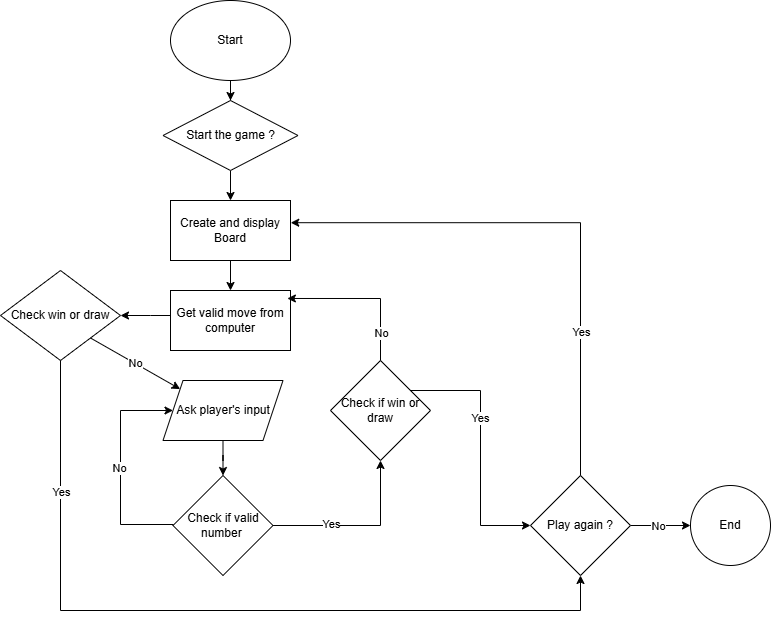
Before: assets/images/Flowchart.png, a diagram exported from draw.io (saraelizalde/tic-tac-toe). Source tidied: cells renumbered, new cells last; positions are measured from the earlier drawing's top-left corner, leaving out a move shared by most shapes.
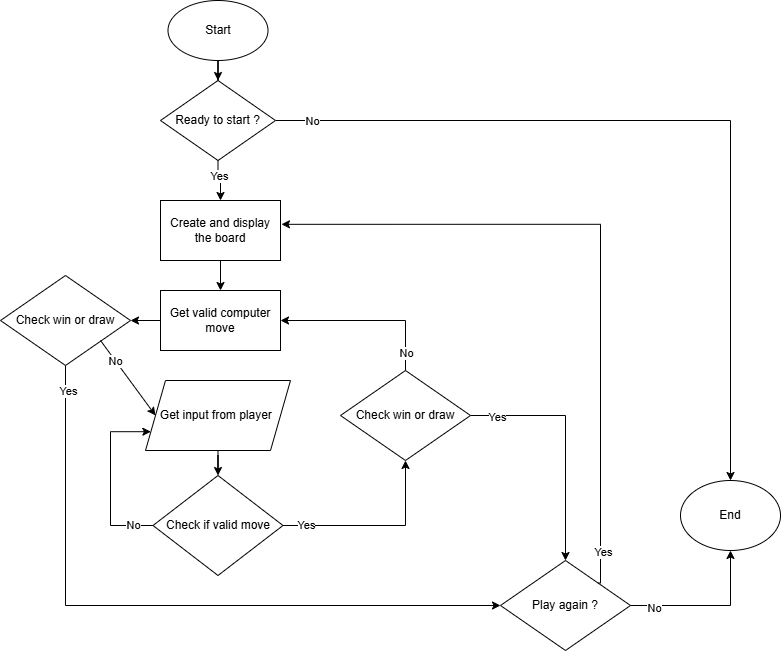
Above is the later version.

Commit message:
Fix minor grammar issues in README and run.py and replace flowchart image with updated version

Diff of the diagram source:
```diff
@@ -2,125 +2,132 @@
   <root>
     <mxCell id="0" />
     <mxCell id="1" parent="0" />
-    <mxCell id="2" style="edgeStyle=orthogonalEdgeStyle;rounded=0;jettySize=auto;html=1;" parent="1" edge="1" source="3" target="5">
-      <mxGeometry relative="1" as="geometry" />
-    </mxCell>
+    <mxCell id="33" style="edgeStyle=orthogonalEdgeStyle;rounded=0;jettySize=auto;html=1;" parent="1" edge="1" source="34" target="44">
+      <mxGeometry relative="1" as="geometry" />
+    </mxCell>
+    <mxCell id="34" value="Get valid computer move" style="rounded=0;whiteSpace=wrap;html=1;" parent="1" vertex="1">
+      <mxGeometry x="160" y="290" width="120" height="60" as="geometry" />
+    </mxCell>
+    <mxCell id="35" style="edgeStyle=orthogonalEdgeStyle;rounded=0;jettySize=auto;html=1;entryX=1;entryY=0.5;entryDx=0;entryDy=0;" parent="1" edge="1" source="39" target="34">
+      <mxGeometry relative="1" as="geometry">
+        <Array as="points">
+          <mxPoint x="405" y="320" />
+        </Array>
+      </mxGeometry>
+    </mxCell>
+    <mxCell id="36" value="No" style="edgeLabel;html=1;align=center;verticalAlign=middle;" parent="35" vertex="1">
+      <mxGeometry x="-0.79" relative="1" as="geometry" />
+    </mxCell>
+    <mxCell id="37" style="edgeStyle=orthogonalEdgeStyle;rounded=0;jettySize=auto;html=1;" parent="1" edge="1" source="39" target="22">
+      <mxGeometry relative="1" as="geometry" />
+    </mxCell>
+    <mxCell id="38" value="Yes" style="edgeLabel;html=1;align=center;verticalAlign=middle;" parent="37" vertex="1">
+      <mxGeometry x="-0.79" y="-1" relative="1" as="geometry" />
+    </mxCell>
+    <mxCell id="39" value="Check win or draw" style="rhombus;whiteSpace=wrap;html=1;" parent="1" vertex="1">
+      <mxGeometry x="340" y="370" width="130" height="90" as="geometry" />
+    </mxCell>
+    <mxCell id="40" style="edgeStyle=orthogonalEdgeStyle;rounded=0;jettySize=auto;html=1;" parent="1" edge="1" source="41" target="50">
+      <mxGeometry relative="1" as="geometry" />
+    </mxCell>
+    <mxCell id="41" value="Get input from player&amp;nbsp;" style="shape=parallelogram;perimeter=parallelogramPerimeter;whiteSpace=wrap;html=1;fixedSize=1;" parent="1" vertex="1">
+      <mxGeometry x="145" y="380" width="145" height="70" as="geometry" />
+    </mxCell>
+    <mxCell id="42" style="edgeStyle=orthogonalEdgeStyle;rounded=0;jettySize=auto;html=1;" parent="1" edge="1" source="44" target="22">
+      <mxGeometry relative="1" as="geometry">
+        <Array as="points">
+          <mxPoint x="65" y="605" />
+        </Array>
+      </mxGeometry>
+    </mxCell>
+    <mxCell id="43" value="Yes" style="edgeLabel;html=1;align=center;verticalAlign=middle;" parent="42" vertex="1">
+      <mxGeometry x="-0.93" y="2" relative="1" as="geometry" />
+    </mxCell>
+    <mxCell id="44" value="Check win or draw" style="rhombus;whiteSpace=wrap;html=1;" parent="1" vertex="1">
+      <mxGeometry y="275" width="130" height="90" as="geometry" />
+    </mxCell>
+    <mxCell id="45" style="edgeStyle=orthogonalEdgeStyle;rounded=0;orthogonalLoop=1;jettySize=auto;html=1;exitX=0.5;exitY=1;exitDx=0;exitDy=0;" parent="1" edge="1" source="44" target="44">
+      <mxGeometry relative="1" as="geometry" />
+    </mxCell>
+    <mxCell id="46" style="edgeStyle=orthogonalEdgeStyle;rounded=0;jettySize=auto;html=1;entryX=0;entryY=0.75;entryDx=0;entryDy=0;" parent="1" edge="1" source="50" target="41">
+      <mxGeometry relative="1" as="geometry">
+        <Array as="points">
+          <mxPoint x="110" y="525" />
+          <mxPoint x="110" y="431" />
+        </Array>
+      </mxGeometry>
+    </mxCell>
+    <mxCell id="47" value="No" style="edgeLabel;html=1;align=center;verticalAlign=middle;" parent="46" vertex="1">
+      <mxGeometry x="-0.77" y="-1" relative="1" as="geometry" />
+    </mxCell>
+    <mxCell id="48" style="edgeStyle=orthogonalEdgeStyle;rounded=0;jettySize=auto;html=1;" parent="1" edge="1" source="50" target="39">
+      <mxGeometry relative="1" as="geometry" />
+    </mxCell>
+    <mxCell id="49" value="Yes" style="edgeLabel;html=1;align=center;verticalAlign=middle;" parent="48" vertex="1">
+      <mxGeometry x="-0.75" y="1" relative="1" as="geometry" />
+    </mxCell>
+    <mxCell id="50" value="Check if valid move" style="rhombus;whiteSpace=wrap;html=1;" parent="1" vertex="1">
+      <mxGeometry x="152.5" y="475" width="130" height="100" as="geometry" />
+    </mxCell>
+    <mxCell id="20" style="edgeStyle=orthogonalEdgeStyle;rounded=0;jettySize=auto;html=1;" parent="1" edge="1" source="22" target="25">
+      <mxGeometry relative="1" as="geometry" />
+    </mxCell>
+    <mxCell id="51" value="No" style="edgeLabel;html=1;align=center;verticalAlign=middle;" parent="20" vertex="1">
+      <mxGeometry x="-0.71" y="-2" relative="1" as="geometry" />
+    </mxCell>
+    <mxCell id="22" value="Play again ?" style="rhombus;whiteSpace=wrap;html=1;" parent="1" vertex="1">
+      <mxGeometry x="500" y="560" width="130" height="90" as="geometry" />
+    </mxCell>
+    <mxCell id="25" value="End" style="ellipse;whiteSpace=wrap;html=1;" parent="1" vertex="1">
+      <mxGeometry x="680" y="480" width="100" height="70" as="geometry" />
+    </mxCell>
+    <mxCell id="52" style="edgeStyle=orthogonalEdgeStyle;rounded=0;jettySize=auto;html=1;" parent="1" edge="1" source="3" target="59">
+      <mxGeometry relative="1" as="geometry" />
+    </mxCell>
     <mxCell id="3" value="Start" style="ellipse;whiteSpace=wrap;html=1;" parent="1" vertex="1">
-      <mxGeometry x="170" width="120" height="80" as="geometry" />
+      <mxGeometry x="167.5" width="100" height="60" as="geometry" />
     </mxCell>
-    <mxCell id="4" style="edgeStyle=orthogonalEdgeStyle;rounded=0;jettySize=auto;html=1;" parent="1" edge="1" source="5" target="7">
-      <mxGeometry relative="1" as="geometry" />
-    </mxCell>
-    <mxCell id="5" value="Start the game ?" style="rhombus;whiteSpace=wrap;html=1;" parent="1" vertex="1">
-      <mxGeometry x="162.5" y="100" width="135" height="70" as="geometry" />
-    </mxCell>
-    <mxCell id="6" style="edgeStyle=orthogonalEdgeStyle;rounded=0;jettySize=auto;html=1;" parent="1" edge="1" source="7" target="9">
-      <mxGeometry relative="1" as="geometry" />
-    </mxCell>
-    <mxCell id="7" value="Create and display Board" style="whiteSpace=wrap;html=1;" parent="1" vertex="1">
-      <mxGeometry x="170" y="200" width="120" height="60" as="geometry" />
-    </mxCell>
-    <mxCell id="8" style="edgeStyle=orthogonalEdgeStyle;rounded=0;jettySize=auto;html=1;" parent="1" edge="1" source="9" target="28">
-      <mxGeometry relative="1" as="geometry">
-        <Array as="points">
-          <mxPoint x="150" y="315" />
-          <mxPoint x="150" y="315" />
-        </Array>
-      </mxGeometry>
-    </mxCell>
-    <mxCell id="9" value="Get valid move from computer" style="whiteSpace=wrap;html=1;" parent="1" vertex="1">
-      <mxGeometry x="170" y="290" width="120" height="60" as="geometry" />
-    </mxCell>
-    <mxCell id="10" style="edgeStyle=orthogonalEdgeStyle;rounded=0;jettySize=auto;html=1;" parent="1" edge="1" source="11" target="16">
-      <mxGeometry relative="1" as="geometry" />
-    </mxCell>
-    <mxCell id="11" value="Ask player's input" style="shape=parallelogram;perimeter=parallelogramPerimeter;whiteSpace=wrap;html=1;fixedSize=1;" parent="1" vertex="1">
-      <mxGeometry x="162.5" y="380" width="120" height="60" as="geometry" />
-    </mxCell>
-    <mxCell id="12" style="edgeStyle=orthogonalEdgeStyle;rounded=0;jettySize=auto;html=1;exitX=0;exitY=0.5;exitDx=0;exitDy=0;entryX=0;entryY=0.5;entryDx=0;entryDy=0;" parent="1" edge="1" source="16" target="11">
-      <mxGeometry relative="1" as="geometry">
-        <Array as="points">
-          <mxPoint x="120" y="524" />
-          <mxPoint x="120" y="410" />
-        </Array>
-      </mxGeometry>
-    </mxCell>
-    <mxCell id="13" value="No" style="edgeLabel;html=1;align=center;verticalAlign=middle;" parent="12" vertex="1">
-      <mxGeometry y="2" relative="1" as="geometry" />
-    </mxCell>
-    <mxCell id="14" style="edgeStyle=orthogonalEdgeStyle;rounded=0;jettySize=auto;html=1;" parent="1" edge="1" source="16" target="19">
-      <mxGeometry relative="1" as="geometry" />
-    </mxCell>
-    <mxCell id="15" value="Yes" style="edgeLabel;html=1;align=center;verticalAlign=middle;" parent="14" vertex="1">
-      <mxGeometry x="-0.32" y="2" relative="1" as="geometry" />
-    </mxCell>
-    <mxCell id="16" value="Check if valid number&amp;nbsp;" style="rhombus;whiteSpace=wrap;html=1;" parent="1" vertex="1">
-      <mxGeometry x="172.5" y="475" width="100" height="100" as="geometry" />
-    </mxCell>
-    <mxCell id="17" style="edgeStyle=orthogonalEdgeStyle;rounded=0;jettySize=auto;html=1;" parent="1" edge="1" source="19" target="22">
-      <mxGeometry relative="1" as="geometry">
-        <Array as="points">
-          <mxPoint x="480" y="390" />
-        </Array>
-      </mxGeometry>
-    </mxCell>
-    <mxCell id="18" value="Yes" style="edgeLabel;html=1;align=center;verticalAlign=middle;" parent="17" vertex="1">
-      <mxGeometry x="-0.24" y="-1" relative="1" as="geometry" />
-    </mxCell>
-    <mxCell id="19" value="Check if win or draw" style="rhombus;whiteSpace=wrap;html=1;" parent="1" vertex="1">
-      <mxGeometry x="330" y="360" width="100" height="100" as="geometry" />
-    </mxCell>
-    <mxCell id="20" style="edgeStyle=orthogonalEdgeStyle;rounded=0;jettySize=auto;html=1;" parent="1" edge="1" source="22" target="25">
-      <mxGeometry relative="1" as="geometry" />
-    </mxCell>
-    <mxCell id="21" value="No" style="edgeLabel;html=1;align=center;verticalAlign=middle;" parent="20" vertex="1">
-      <mxGeometry x="-0.09" relative="1" as="geometry" />
-    </mxCell>
-    <mxCell id="22" value="Play again ?" style="rhombus;whiteSpace=wrap;html=1;" parent="1" vertex="1">
-      <mxGeometry x="530" y="475" width="100" height="100" as="geometry" />
-    </mxCell>
-    <mxCell id="23" style="edgeStyle=orthogonalEdgeStyle;rounded=0;jettySize=auto;html=1;entryX=1.002;entryY=0.37;entryDx=0;entryDy=0;entryPerimeter=0;" parent="1" edge="1" source="22" target="7">
-      <mxGeometry relative="1" as="geometry">
-        <Array as="points">
-          <mxPoint x="580" y="222" />
-        </Array>
-      </mxGeometry>
-    </mxCell>
-    <mxCell id="24" value="Yes" style="edgeLabel;html=1;align=center;verticalAlign=middle;" parent="23" vertex="1">
-      <mxGeometry x="-0.47" relative="1" as="geometry" />
-    </mxCell>
-    <mxCell id="25" value="End" style="ellipse;whiteSpace=wrap;html=1;" parent="1" vertex="1">
-      <mxGeometry x="690" y="485" width="80" height="80" as="geometry" />
-    </mxCell>
-    <mxCell id="26" style="edgeStyle=orthogonalEdgeStyle;rounded=0;jettySize=auto;html=1;entryX=0.974;entryY=0.133;entryDx=0;entryDy=0;entryPerimeter=0;" parent="1" edge="1" source="19" target="9">
-      <mxGeometry relative="1" as="geometry">
-        <Array as="points">
-          <mxPoint x="380" y="298" />
-        </Array>
-      </mxGeometry>
-    </mxCell>
-    <mxCell id="27" value="No" style="edgeLabel;html=1;align=center;verticalAlign=middle;" parent="26" vertex="1">
-      <mxGeometry x="-0.64" relative="1" as="geometry" />
-    </mxCell>
-    <mxCell id="28" value="Check win or draw" style="rhombus;whiteSpace=wrap;html=1;" parent="1" vertex="1">
-      <mxGeometry y="270" width="120" height="90" as="geometry" />
-    </mxCell>
-    <mxCell id="29" style="endArrow=classic;html=1;rounded=0;entryX=0;entryY=0;entryDx=0;entryDy=0;exitX=1;exitY=1;exitDx=0;exitDy=0;" parent="1" edge="1" source="28" target="11">
-      <mxGeometry relative="1" as="geometry" />
-    </mxCell>
-    <mxCell id="30" value="No" style="edgeLabel;html=1;align=center;verticalAlign=middle;" parent="29" vertex="1">
-      <mxGeometry x="-0.01" relative="1" as="geometry" />
-    </mxCell>
-    <mxCell id="31" style="edgeStyle=orthogonalEdgeStyle;rounded=0;jettySize=auto;html=1;exitX=0.5;exitY=1;exitDx=0;exitDy=0;entryX=0.5;entryY=1;entryDx=0;entryDy=0;" parent="1" edge="1" source="28" target="22">
-      <mxGeometry relative="1" as="geometry">
-        <Array as="points">
-          <mxPoint x="60" y="610" />
-          <mxPoint x="580" y="610" />
-        </Array>
-      </mxGeometry>
-    </mxCell>
-    <mxCell id="32" value="Yes" style="edgeLabel;html=1;align=center;verticalAlign=middle;" parent="31" vertex="1">
-      <mxGeometry x="-0.67" relative="1" as="geometry" />
-    </mxCell>
+    <mxCell id="53" style="edgeStyle=orthogonalEdgeStyle;rounded=0;jettySize=auto;html=1;" parent="1" edge="1" source="54" target="34">
+      <mxGeometry relative="1" as="geometry" />
+    </mxCell>
+    <mxCell id="54" value="Create and display the board" style="rounded=0;whiteSpace=wrap;html=1;" parent="1" vertex="1">
+      <mxGeometry x="160" y="200" width="120" height="60" as="geometry" />
+    </mxCell>
+    <mxCell id="55" style="edgeStyle=orthogonalEdgeStyle;rounded=0;jettySize=auto;html=1;" parent="1" edge="1" source="59" target="54">
+      <mxGeometry relative="1" as="geometry" />
+    </mxCell>
+    <mxCell id="56" value="Yes" style="edgeLabel;html=1;align=center;verticalAlign=middle;" parent="55" vertex="1">
+      <mxGeometry x="-0.3" y="1" relative="1" as="geometry" />
+    </mxCell>
+    <mxCell id="57" style="edgeStyle=orthogonalEdgeStyle;rounded=0;jettySize=auto;html=1;" parent="1" edge="1" source="59" target="25">
+      <mxGeometry relative="1" as="geometry" />
+    </mxCell>
+    <mxCell id="58" value="No" style="edgeLabel;html=1;align=center;verticalAlign=middle;" parent="57" vertex="1">
+      <mxGeometry x="-0.91" relative="1" as="geometry" />
+    </mxCell>
+    <mxCell id="59" value="Ready to start ?" style="rhombus;whiteSpace=wrap;html=1;" parent="1" vertex="1">
+      <mxGeometry x="160" y="80" width="115" height="80" as="geometry" />
+    </mxCell>
+    <mxCell id="60" style="endArrow=classic;html=1;rounded=0;entryX=0;entryY=0.5;entryDx=0;entryDy=0;" parent="1" edge="1" target="41">
+      <mxGeometry relative="1" as="geometry">
+        <mxPoint x="100" y="340" as="sourcePoint" />
+      </mxGeometry>
+    </mxCell>
+    <mxCell id="61" value="No" style="edgeLabel;html=1;align=center;verticalAlign=middle;" parent="60" vertex="1">
+      <mxGeometry x="-0.45" y="-1" relative="1" as="geometry">
+        <mxPoint y="-1" as="offset" />
+      </mxGeometry>
+    </mxCell>
+    <mxCell id="62" style="edgeStyle=orthogonalEdgeStyle;rounded=0;jettySize=auto;html=1;exitX=1;exitY=0;exitDx=0;exitDy=0;entryX=1.008;entryY=0.397;entryDx=0;entryDy=0;entryPerimeter=0;" parent="1" edge="1" source="22" target="54">
+      <mxGeometry relative="1" as="geometry">
+        <Array as="points">
+          <mxPoint x="600" y="583" />
+          <mxPoint x="600" y="224" />
+        </Array>
+      </mxGeometry>
+    </mxCell>
+    <mxCell id="63" value="Yes" style="edgeLabel;html=1;align=center;verticalAlign=middle;" parent="62" vertex="1">
+      <mxGeometry x="-0.9" y="-2" relative="1" as="geometry" />
+    </mxCell>
   </root>
 </mxGraphModel>
```
